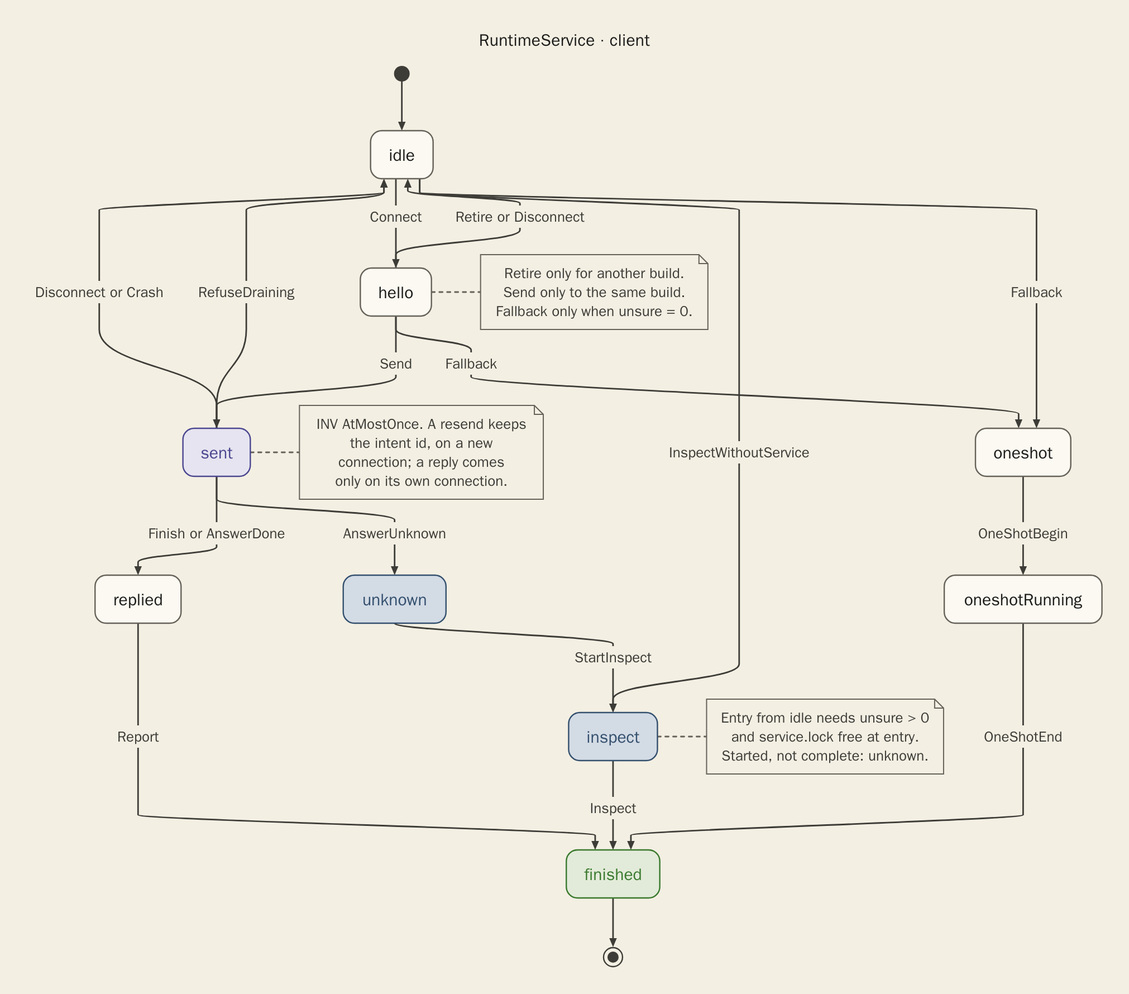
Above: docs/diagrams/runtime-service-client.png in hack-dance/hack (Mermaid), before the change. Its source is kept beside it as docs/diagrams/runtime-service-client.mmd.
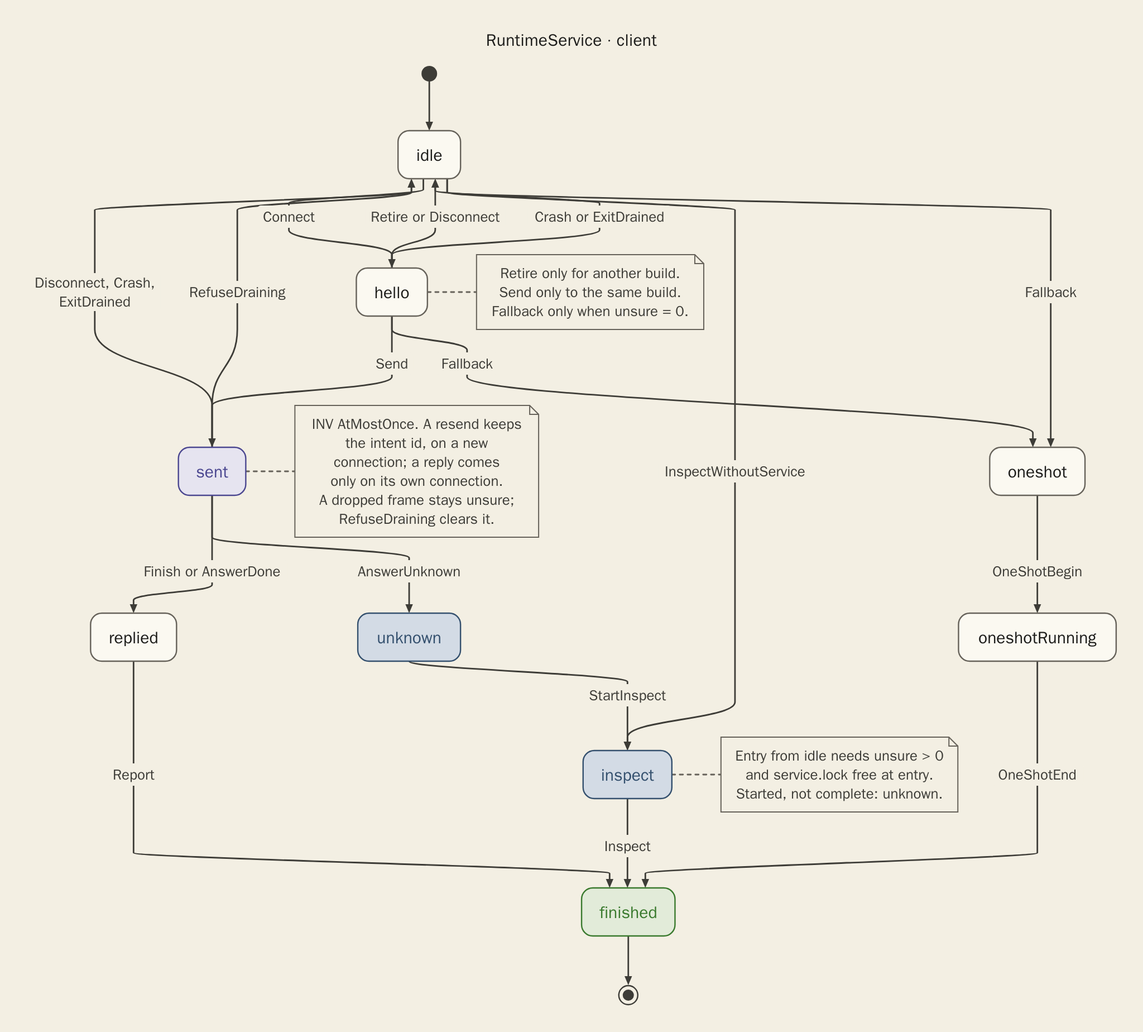
After the change.

Commit message:
docs(models): state the inspector's proof-of-absence rule and every client return path

Diff of the diagram source:
```diff
@@ -7,8 +7,9 @@
     idle --> hello : Connect
     hello --> sent : Send
     hello --> idle : Retire or Disconnect
+    hello --> idle : Crash or ExitDrained
     hello --> oneshot : Fallback
-    sent --> idle : Disconnect or Crash
+    sent --> idle : Disconnect, Crash, ExitDrained
     sent --> idle : RefuseDraining
     sent --> replied : Finish or AnswerDone
     sent --> unknown : AnswerUnknown
@@ -30,6 +31,8 @@
         the intent id, on a new
         connection; a reply comes
         only on its own connection.
+        A dropped frame stays unsure;
+        RefuseDraining clears it.
     end note
     note right of inspect
         Entry from idle needs unsure > 0
```
